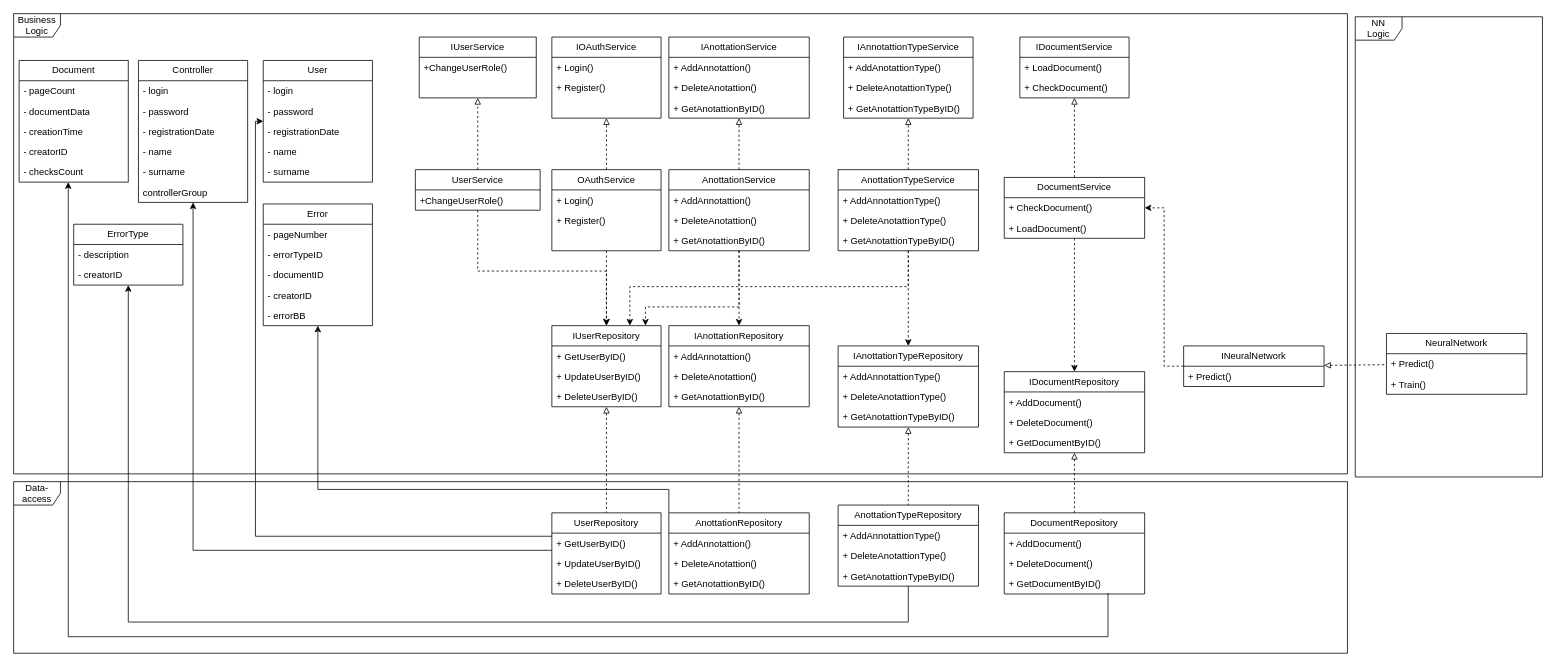
Earlier version of the draw.io diagram page "class_diag" (2 of 2) of schemes/PPO_components_2.drawio (needsomesleeptd/PPO). Source tidied: cells renumbered, new cells numbered last; positions are measured from the earlier drawing's top-left corner, leaving out a move shared by most shapes. Both pictures are drawn from the tidied source at 78%, with x=0, y=0 at pixel (13, 13).
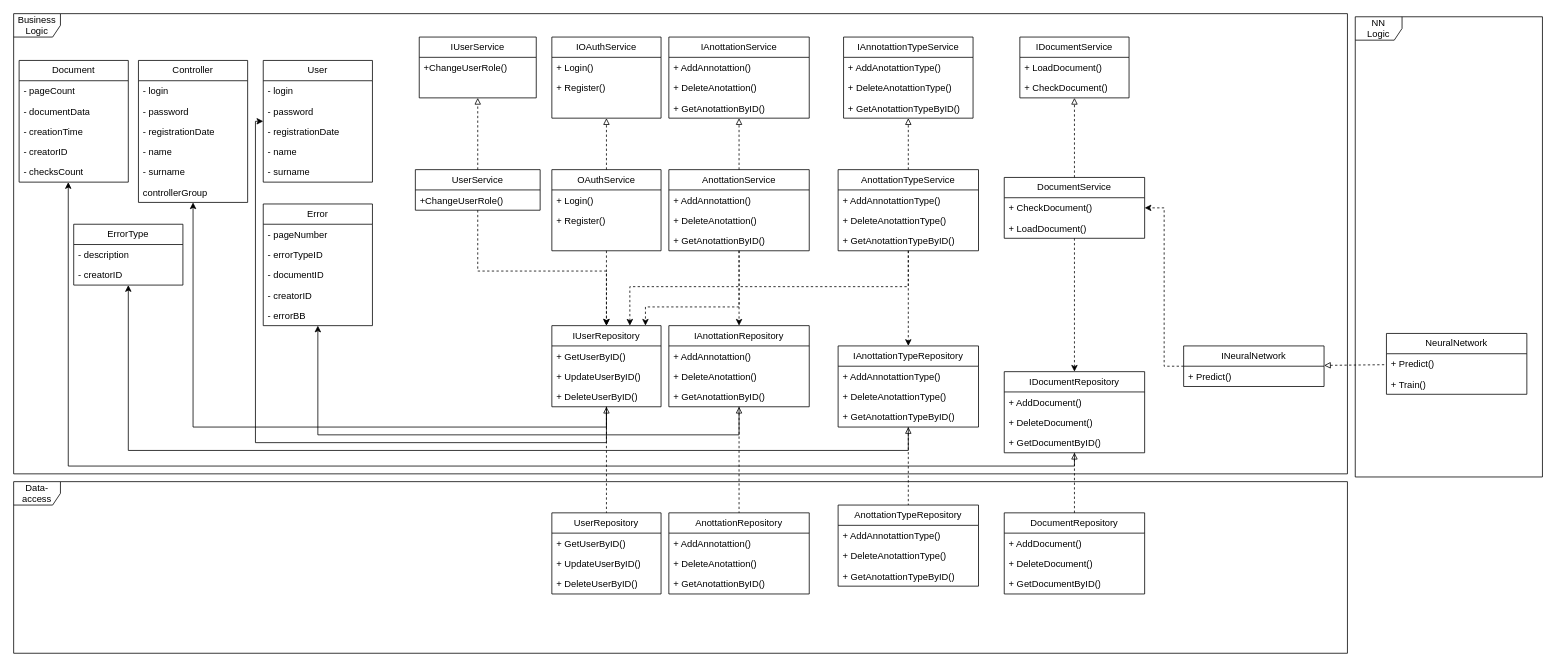
The same diagram, later.

Unchanged cells that the change refers to:
```xml
<mxCell id="22" value="IUserRepository" style="swimlane;fontStyle=0;horizontal=1;startSize=26;fillColor=none;whiteSpace=wrap;html=1;" parent="1" vertex="1">
  <mxGeometry x="690" y="400" width="140" height="104" as="geometry" />
</mxCell>
<mxCell id="35" value="+ GetAnotattionByID()&lt;div&gt;&lt;br&gt;&lt;/div&gt;" style="text;strokeColor=none;fillColor=none;align=left;verticalAlign=top;spacingLeft=4;spacingRight=4;overflow=hidden;points=[[0,0.5],[1,0.5]];portConstraint=eastwest;whiteSpace=wrap;html=1;" parent="32" vertex="1">
  <mxGeometry y="78" width="180" height="26" as="geometry" />
</mxCell>
<mxCell id="36" value="IAnottationTypeRepository" style="swimlane;fontStyle=0;horizontal=1;startSize=26;fillColor=none;whiteSpace=wrap;html=1;" parent="1" vertex="1">
  <mxGeometry x="1057" y="426" width="180" height="104" as="geometry" />
</mxCell>
<mxCell id="56" value="IDocumentRepository" style="swimlane;fontStyle=0;horizontal=1;startSize=26;fillColor=none;whiteSpace=wrap;html=1;" parent="1" vertex="1">
  <mxGeometry x="1270" y="459" width="180" height="104" as="geometry" />
</mxCell>
<mxCell id="64" value="UserRepository" style="swimlane;fontStyle=0;horizontal=1;startSize=26;fillColor=none;whiteSpace=wrap;html=1;" parent="1" vertex="1">
  <mxGeometry x="690" y="640" width="140" height="104" as="geometry" />
</mxCell>
<mxCell id="68" value="AnottationRepository" style="swimlane;fontStyle=0;horizontal=1;startSize=26;fillColor=none;whiteSpace=wrap;html=1;" parent="1" vertex="1">
  <mxGeometry x="840" y="640" width="180" height="104" as="geometry" />
</mxCell>
<mxCell id="72" value="AnottationTypeRepository" style="swimlane;fontStyle=0;horizontal=1;startSize=26;fillColor=none;whiteSpace=wrap;html=1;" parent="1" vertex="1">
  <mxGeometry x="1057" y="630" width="180" height="104" as="geometry" />
</mxCell>
<mxCell id="85" value="User" style="swimlane;fontStyle=0;horizontal=1;startSize=26;fillColor=none;whiteSpace=wrap;html=1;" parent="1" vertex="1">
  <mxGeometry x="320" y="60" width="140" height="156" as="geometry" />
</mxCell>
<mxCell id="91" value="ErrorType" style="swimlane;fontStyle=0;horizontal=1;startSize=26;fillColor=none;whiteSpace=wrap;html=1;" parent="1" vertex="1">
  <mxGeometry x="77" y="270" width="140" height="78" as="geometry" />
</mxCell>
<mxCell id="94" value="Error" style="swimlane;fontStyle=0;horizontal=1;startSize=26;fillColor=none;whiteSpace=wrap;html=1;" parent="1" vertex="1">
  <mxGeometry x="320" y="244" width="140" height="156" as="geometry" />
</mxCell>
<mxCell id="113" value="Controller" style="swimlane;fontStyle=0;horizontal=1;startSize=26;fillColor=none;whiteSpace=wrap;html=1;" parent="1" vertex="1">
  <mxGeometry x="160" y="60" width="140" height="182" as="geometry" />
</mxCell>
```

What changed in the source:
```diff
@@
-    <mxCell id="120" style="endArrow=classic;html=1;rounded=0;edgeStyle=elbowEdgeStyle;exitX=0;exitY=0;exitDx=0;exitDy=0;elbow=vertical;" parent="1" edge="1" source="68" target="94">
+    <mxCell id="120" style="endArrow=classic;html=1;rounded=0;edgeStyle=elbowEdgeStyle;elbow=vertical;" parent="1" edge="1" source="35" target="94">
       <mxGeometry relative="1" as="geometry">
         <Array as="points">
-          <mxPoint x="600" y="610" />
+          <mxPoint x="660" y="540" />
         </Array>
       </mxGeometry>
     </mxCell>
-    <mxCell id="121" style="endArrow=classic;html=1;rounded=0;edgeStyle=orthogonalEdgeStyle;" parent="1" edge="1" source="64" target="113">
+    <mxCell id="121" style="endArrow=classic;html=1;rounded=0;edgeStyle=orthogonalEdgeStyle;" parent="1" edge="1" source="22" target="113">
       <mxGeometry relative="1" as="geometry">
         <Array as="points">
-          <mxPoint x="230" y="688" />
+          <mxPoint x="760" y="530" />
+          <mxPoint x="230" y="530" />
         </Array>
       </mxGeometry>
     </mxCell>
-    <mxCell id="122" style="endArrow=classic;html=1;rounded=0;edgeStyle=orthogonalEdgeStyle;" parent="1" edge="1" source="64" target="85">
+    <mxCell id="122" style="endArrow=classic;html=1;rounded=0;edgeStyle=orthogonalEdgeStyle;" parent="1" edge="1" source="22" target="85">
       <mxGeometry relative="1" as="geometry">
         <Array as="points">
-          <mxPoint x="310" y="670" />
+          <mxPoint x="760" y="550" />
+          <mxPoint x="310" y="550" />
           <mxPoint x="310" y="138" />
         </Array>
       </mxGeometry>
     </mxCell>
-    <mxCell id="123" style="endArrow=classic;html=1;rounded=0;edgeStyle=elbowEdgeStyle;elbow=vertical;" parent="1" edge="1" source="72" target="91">
+    <mxCell id="123" style="endArrow=classic;html=1;rounded=0;edgeStyle=elbowEdgeStyle;elbow=vertical;" parent="1" edge="1" source="36" target="91">
       <mxGeometry relative="1" as="geometry">
         <Array as="points">
-          <mxPoint x="640" y="780" />
+          <mxPoint x="650" y="560" />
         </Array>
       </mxGeometry>
     </mxCell>
-    <mxCell id="124" style="endArrow=classic;html=1;rounded=0;edgeStyle=elbowEdgeStyle;elbow=vertical;entryX=0.143;entryY=1.048;entryDx=0;entryDy=0;entryPerimeter=0;" parent="1" edge="1">
+    <mxCell id="124" style="endArrow=classic;html=1;rounded=0;edgeStyle=elbowEdgeStyle;elbow=vertical;entryX=0.143;entryY=1.048;entryDx=0;entryDy=0;entryPerimeter=0;" parent="1" edge="1" source="56">
       <mxGeometry relative="1" as="geometry">
-        <mxPoint x="1403" y="742.7" as="sourcePoint" />
         <mxPoint x="70" y="216" as="targetPoint" />
         <Array as="points">
-          <mxPoint x="643" y="798.8" />
+          <mxPoint x="710" y="580" />
         </Array>
       </mxGeometry>
     </mxCell>
```
